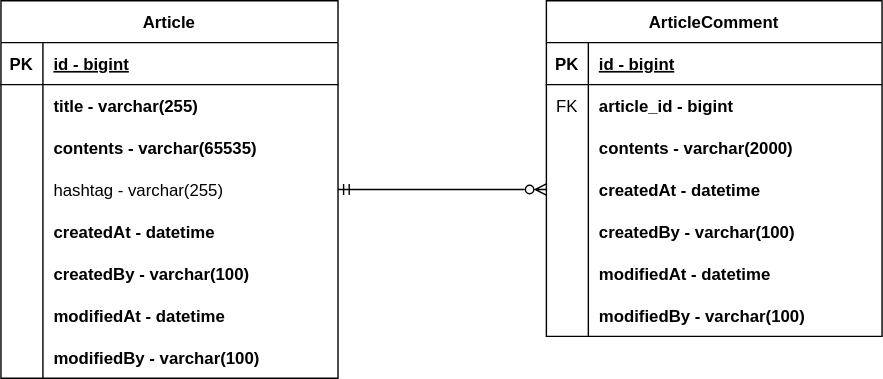
This is document/sideproject-board.drawio.svg from ypkim0923/side-project-board, a draw.io export, as it was before one commit. Source tidied: cells renumbered, new cells last; positions are measured from the earlier drawing's top-left corner, leaving out a move shared by most shapes.
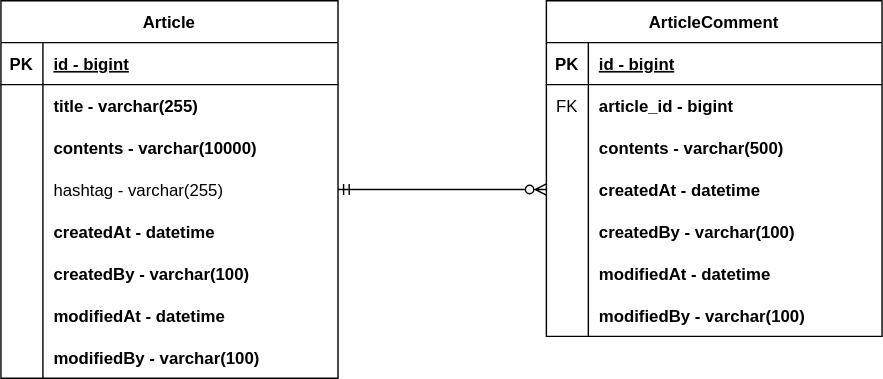
The same diagram one commit later.

The edit, as a diff of the source:
```diff
@@ -29,7 +29,7 @@
     <mxCell id="10" style="shape=partialRectangle;fillColor=none;top=0;left=0;bottom=0;right=0;overflow=hidden;" parent="9" vertex="1">
       <mxGeometry width="30" height="30" as="geometry" />
     </mxCell>
-    <mxCell id="11" value="contents - varchar(65535)" style="shape=partialRectangle;fillColor=none;top=0;left=0;bottom=0;right=0;align=left;spacingLeft=6;overflow=hidden;fontStyle=1;" parent="9" vertex="1">
+    <mxCell id="11" value="contents - varchar(10000)" style="shape=partialRectangle;fillColor=none;top=0;left=0;bottom=0;right=0;align=left;spacingLeft=6;overflow=hidden;fontStyle=1;" parent="9" vertex="1">
       <mxGeometry x="30" width="211" height="30" as="geometry" />
     </mxCell>
     <mxCell id="12" style="shape=tableRow;horizontal=0;startSize=0;swimlaneHead=0;swimlaneBody=0;fillColor=none;points=[[0,0.5],[1,0.5]];portConstraint=eastwest;top=0;left=0;right=0;bottom=0;" parent="2" vertex="1">
@@ -104,7 +104,7 @@
     <mxCell id="35" style="shape=partialRectangle;fillColor=none;top=0;left=0;bottom=0;right=0;overflow=hidden;" parent="34" vertex="1">
       <mxGeometry width="30" height="30" as="geometry" />
     </mxCell>
-    <mxCell id="36" value="contents - varchar(2000)" style="shape=partialRectangle;fillColor=none;top=0;left=0;bottom=0;right=0;align=left;spacingLeft=6;overflow=hidden;fontStyle=1;" parent="34" vertex="1">
+    <mxCell id="36" value="contents - varchar(500)" style="shape=partialRectangle;fillColor=none;top=0;left=0;bottom=0;right=0;align=left;spacingLeft=6;overflow=hidden;fontStyle=1;" parent="34" vertex="1">
       <mxGeometry x="30" width="210" height="30" as="geometry" />
     </mxCell>
     <mxCell id="37" style="shape=tableRow;horizontal=0;startSize=0;swimlaneHead=0;swimlaneBody=0;fillColor=none;points=[[0,0.5],[1,0.5]];portConstraint=eastwest;top=0;left=0;right=0;bottom=0;" parent="27" vertex="1">
```
